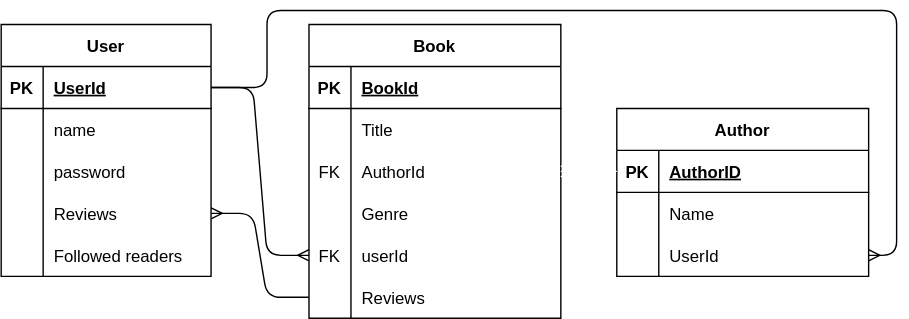
This is img/erd.drawio.svg from WaltersMatthew/BookTalk, a draw.io export, as it was before one commit. Source tidied: cells renumbered, new cells last; positions are measured from the earlier drawing's top-left corner, leaving out a move shared by most shapes.
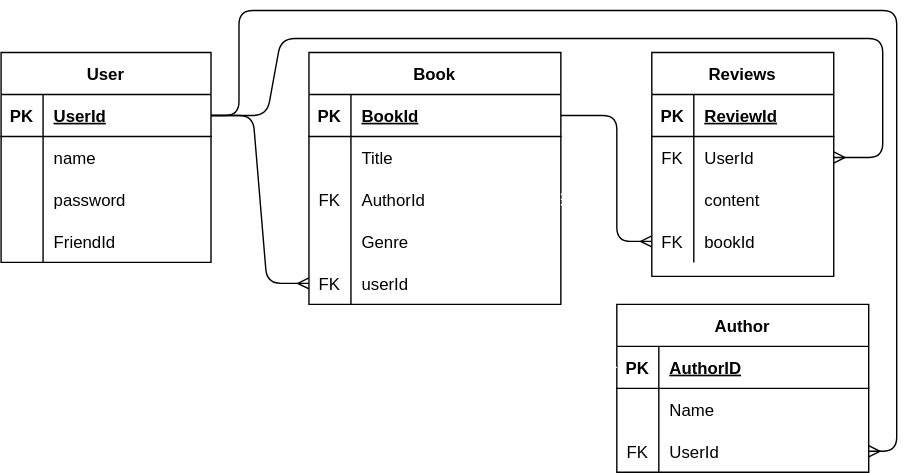
Later version of the same file.

Change to the diagram source:
```diff
@@ -3,7 +3,7 @@
     <mxCell id="0" />
     <mxCell id="1" parent="0" />
     <mxCell id="2" value="User" style="shape=table;startSize=30;rowLines=0;fontStyle=1;align=center;swimlaneFillColor=default;" parent="1" vertex="1">
-      <mxGeometry y="10" width="150" height="180" as="geometry" />
+      <mxGeometry y="10" width="150" height="150" as="geometry" />
     </mxCell>
     <mxCell id="3" style="shape=partialRectangle;fillColor=none;top=0;left=0;bottom=1;right=0;points=[[0,0.5],[1,0.5]];portConstraint=eastwest;" parent="2" vertex="1">
       <mxGeometry y="30" width="150" height="30" as="geometry" />
@@ -32,26 +32,17 @@
     <mxCell id="11" value="password" style="shape=partialRectangle;fillColor=none;top=0;left=0;bottom=0;right=0;align=left;spacingLeft=6;overflow=hidden;" parent="9" vertex="1">
       <mxGeometry x="30" width="120" height="30" as="geometry" />
     </mxCell>
-    <mxCell id="12" style="shape=partialRectangle;fillColor=none;top=0;left=0;bottom=0;right=0;points=[[0,0.5],[1,0.5]];portConstraint=eastwest;" parent="2" vertex="1">
-      <mxGeometry y="120" width="150" height="30" as="geometry" />
-    </mxCell>
-    <mxCell id="13" style="shape=partialRectangle;fillColor=none;top=0;left=0;bottom=0;right=0;overflow=hidden;" parent="12" vertex="1">
-      <mxGeometry width="30" height="30" as="geometry" />
-    </mxCell>
-    <mxCell id="14" value="Reviews" style="shape=partialRectangle;fillColor=none;top=0;left=0;bottom=0;right=0;align=left;spacingLeft=6;overflow=hidden;" parent="12" vertex="1">
-      <mxGeometry x="30" width="120" height="30" as="geometry" />
-    </mxCell>
     <mxCell id="15" style="shape=partialRectangle;fillColor=none;top=0;left=0;bottom=0;right=0;" parent="2" vertex="1">
-      <mxGeometry y="150" width="150" height="30" as="geometry" />
+      <mxGeometry y="120" width="150" height="30" as="geometry" />
     </mxCell>
     <mxCell id="16" style="shape=partialRectangle;fillColor=none;top=0;left=0;bottom=0;right=0;overflow=hidden;" parent="15" vertex="1">
       <mxGeometry width="30" height="30" as="geometry" />
     </mxCell>
-    <mxCell id="17" value="Followed readers" style="shape=partialRectangle;fillColor=none;top=0;left=0;bottom=0;right=0;align=left;spacingLeft=6;overflow=hidden;" parent="15" vertex="1">
+    <mxCell id="17" value="FriendId" style="shape=partialRectangle;fillColor=none;top=0;left=0;bottom=0;right=0;align=left;spacingLeft=6;overflow=hidden;" parent="15" vertex="1">
       <mxGeometry x="30" width="120" height="30" as="geometry" />
     </mxCell>
     <mxCell id="18" value="Book" style="shape=table;startSize=30;rowLines=0;fontStyle=1;align=center;swimlaneFillColor=default;" parent="1" vertex="1">
-      <mxGeometry x="220" y="10" width="180" height="210" as="geometry" />
+      <mxGeometry x="220" y="10" width="180" height="180" as="geometry" />
     </mxCell>
     <mxCell id="19" style="shape=partialRectangle;fillColor=none;top=0;left=0;bottom=1;right=0;points=[[0,0.5],[1,0.5]];portConstraint=eastwest;" parent="18" vertex="1">
       <mxGeometry y="30" width="180" height="30" as="geometry" />
@@ -98,17 +89,8 @@
     <mxCell id="33" value="userId" style="shape=partialRectangle;fillColor=none;top=0;left=0;bottom=0;right=0;align=left;spacingLeft=6;overflow=hidden;" parent="31" vertex="1">
       <mxGeometry x="30" width="150" height="30" as="geometry" />
     </mxCell>
-    <mxCell id="34" style="shape=partialRectangle;fillColor=none;top=0;left=0;bottom=0;right=0;points=[[0,0.5],[1,0.5]];portConstraint=eastwest;" parent="18" vertex="1">
-      <mxGeometry y="180" width="180" height="30" as="geometry" />
-    </mxCell>
-    <mxCell id="35" style="shape=partialRectangle;fillColor=none;top=0;left=0;bottom=0;right=0;overflow=hidden;" parent="34" vertex="1">
-      <mxGeometry width="30" height="30" as="geometry" />
-    </mxCell>
-    <mxCell id="36" value="Reviews" style="shape=partialRectangle;fillColor=none;top=0;left=0;bottom=0;right=0;align=left;spacingLeft=6;overflow=hidden;" parent="34" vertex="1">
-      <mxGeometry x="30" width="150" height="30" as="geometry" />
-    </mxCell>
     <mxCell id="37" value="Author" style="shape=table;startSize=30;rowLines=0;fontStyle=1;align=center;swimlaneFillColor=default;" parent="1" vertex="1">
-      <mxGeometry x="440" y="70" width="180" height="120" as="geometry" />
+      <mxGeometry x="440" y="190" width="180" height="120" as="geometry" />
     </mxCell>
     <mxCell id="38" style="shape=partialRectangle;fillColor=none;top=0;left=0;bottom=1;right=0;points=[[0,0.5],[1,0.5]];portConstraint=eastwest;" parent="37" vertex="1">
       <mxGeometry y="30" width="180" height="30" as="geometry" />
@@ -131,7 +113,7 @@
     <mxCell id="44" style="shape=partialRectangle;fillColor=none;top=0;left=0;bottom=0;right=0;points=[[0,0.5],[1,0.5]];portConstraint=eastwest;" parent="37" vertex="1">
       <mxGeometry y="90" width="180" height="30" as="geometry" />
     </mxCell>
-    <mxCell id="45" style="shape=partialRectangle;fillColor=none;top=0;left=0;bottom=0;right=0;overflow=hidden;" parent="44" vertex="1">
+    <mxCell id="45" value="FK" style="shape=partialRectangle;fillColor=none;top=0;left=0;bottom=0;right=0;overflow=hidden;" parent="44" vertex="1">
       <mxGeometry width="30" height="30" as="geometry" />
     </mxCell>
     <mxCell id="46" value="UserId" style="shape=partialRectangle;fillColor=none;top=0;left=0;bottom=0;right=0;align=left;spacingLeft=6;overflow=hidden;" parent="44" vertex="1">
@@ -140,9 +122,6 @@
     <mxCell id="47" style="edgeStyle=entityRelationEdgeStyle;fontSize=12;html=1;endArrow=ERmany;exitX=0;exitY=0.5;exitDx=0;exitDy=0;strokeColor=#FFFFFF;" parent="1" edge="1" source="38" target="25">
       <mxGeometry relative="1" as="geometry" />
     </mxCell>
-    <mxCell id="48" style="edgeStyle=entityRelationEdgeStyle;fontSize=12;html=1;endArrow=ERmany;rounded=1;jumpStyle=arc;exitX=0;exitY=0.5;exitDx=0;exitDy=0;entryX=1;entryY=0.5;entryDx=0;entryDy=0;" parent="1" edge="1" source="34" target="12">
-      <mxGeometry relative="1" as="geometry" />
-    </mxCell>
     <mxCell id="49" style="edgeStyle=entityRelationEdgeStyle;fontSize=12;html=1;endArrow=ERmany;exitX=1;exitY=0.5;exitDx=0;exitDy=0;entryX=0;entryY=0.5;entryDx=0;entryDy=0;" parent="1" edge="1" source="3" target="31">
       <mxGeometry relative="1" as="geometry" />
     </mxCell>
@@ -150,12 +129,70 @@
       <mxGeometry relative="1" as="geometry">
         <mxPoint x="150" y="55" as="sourcePoint" />
         <Array as="points">
-          <mxPoint x="190" y="55" />
-          <mxPoint x="190" />
-          <mxPoint x="640" />
-          <mxPoint x="640" y="175" />
+          <mxPoint x="170" y="55" />
+          <mxPoint x="170" y="-20" />
+          <mxPoint x="420" y="-20" />
+          <mxPoint x="640" y="-20" />
+          <mxPoint x="640" y="295" />
         </Array>
       </mxGeometry>
     </mxCell>
+    <mxCell id="51" value="Reviews" style="shape=table;startSize=30;rowLines=0;fontStyle=1;align=center;swimlaneFillColor=default;" parent="1" vertex="1">
+      <mxGeometry x="465" y="10" width="130" height="160" as="geometry" />
+    </mxCell>
+    <mxCell id="52" style="shape=partialRectangle;fillColor=none;top=0;left=0;bottom=1;right=0;" parent="51" vertex="1">
+      <mxGeometry y="30" width="130" height="30" as="geometry" />
+    </mxCell>
+    <mxCell id="53" value="PK" style="shape=partialRectangle;fillColor=none;top=0;left=0;bottom=0;right=0;fontStyle=1;overflow=hidden;" parent="52" vertex="1">
+      <mxGeometry width="30" height="30" as="geometry" />
+    </mxCell>
+    <mxCell id="54" value="ReviewId" style="shape=partialRectangle;fillColor=none;top=0;left=0;bottom=0;right=0;align=left;spacingLeft=6;fontStyle=5;overflow=hidden;" parent="52" vertex="1">
+      <mxGeometry x="30" width="100" height="30" as="geometry" />
+    </mxCell>
+    <mxCell id="55" style="shape=partialRectangle;fillColor=none;top=0;left=0;bottom=0;right=0;points=[[0,0.5],[1,0.5]];portConstraint=eastwest;" parent="51" vertex="1">
+      <mxGeometry y="60" width="130" height="30" as="geometry" />
+    </mxCell>
+    <mxCell id="56" value="FK" style="shape=partialRectangle;fillColor=none;top=0;left=0;bottom=0;right=0;overflow=hidden;" parent="55" vertex="1">
+      <mxGeometry width="30" height="30" as="geometry" />
+    </mxCell>
+    <mxCell id="57" value="UserId" style="shape=partialRectangle;fillColor=none;top=0;left=0;bottom=0;right=0;align=left;spacingLeft=6;overflow=hidden;" parent="55" vertex="1">
+      <mxGeometry x="30" width="100" height="30" as="geometry" />
+    </mxCell>
+    <mxCell id="58" style="shape=partialRectangle;fillColor=none;top=0;left=0;bottom=0;right=0;" parent="51" vertex="1">
+      <mxGeometry y="90" width="130" height="30" as="geometry" />
+    </mxCell>
+    <mxCell id="59" style="shape=partialRectangle;fillColor=none;top=0;left=0;bottom=0;right=0;overflow=hidden;" parent="58" vertex="1">
+      <mxGeometry width="30" height="30" as="geometry" />
+    </mxCell>
+    <mxCell id="60" value="content" style="shape=partialRectangle;fillColor=none;top=0;left=0;bottom=0;right=0;align=left;spacingLeft=6;overflow=hidden;" parent="58" vertex="1">
+      <mxGeometry x="30" width="100" height="30" as="geometry" />
+    </mxCell>
+    <mxCell id="61" style="shape=partialRectangle;fillColor=none;top=0;left=0;bottom=0;right=0;points=[[0,0.5],[1,0.5]];portConstraint=eastwest;" parent="51" vertex="1">
+      <mxGeometry y="120" width="130" height="30" as="geometry" />
+    </mxCell>
+    <mxCell id="62" value="FK" style="shape=partialRectangle;fillColor=none;top=0;left=0;bottom=0;right=0;overflow=hidden;" parent="61" vertex="1">
+      <mxGeometry width="30" height="30" as="geometry" />
+    </mxCell>
+    <mxCell id="63" value="bookId" style="shape=partialRectangle;fillColor=none;top=0;left=0;bottom=0;right=0;align=left;spacingLeft=6;overflow=hidden;" parent="61" vertex="1">
+      <mxGeometry x="30" width="100" height="30" as="geometry" />
+    </mxCell>
+    <mxCell id="64" style="edgeStyle=none;html=1;exitX=1;exitY=0.5;exitDx=0;exitDy=0;entryX=1;entryY=0.5;entryDx=0;entryDy=0;endArrow=ERmany;endFill=0;" parent="1" edge="1" source="3" target="55">
+      <mxGeometry relative="1" as="geometry">
+        <Array as="points">
+          <mxPoint x="190" y="55" />
+          <mxPoint x="200" />
+          <mxPoint x="630" />
+          <mxPoint x="630" y="85" />
+        </Array>
+      </mxGeometry>
+    </mxCell>
+    <mxCell id="65" style="edgeStyle=none;html=1;exitX=1;exitY=0.5;exitDx=0;exitDy=0;entryX=0;entryY=0.5;entryDx=0;entryDy=0;endArrow=ERmany;endFill=0;" parent="1" edge="1" source="19" target="61">
+      <mxGeometry relative="1" as="geometry">
+        <Array as="points">
+          <mxPoint x="440" y="55" />
+          <mxPoint x="440" y="145" />
+        </Array>
+      </mxGeometry>
+    </mxCell>
   </root>
 </mxGraphModel>
```
